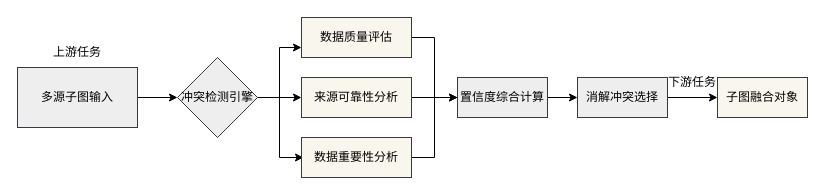
This is page "子图融合冲突检测融合" (9 of 14) of 态势感知体系图.drawio from paleblackless/diagrams, a draw.io file, before an edit. Source tidied: cells renumbered, new cells numbered last; positions are measured from the earlier drawing's top-left corner, leaving out a move shared by most shapes. Both pictures are drawn from the tidied source at 100%, with x=0, y=0 at pixel (17, 17).
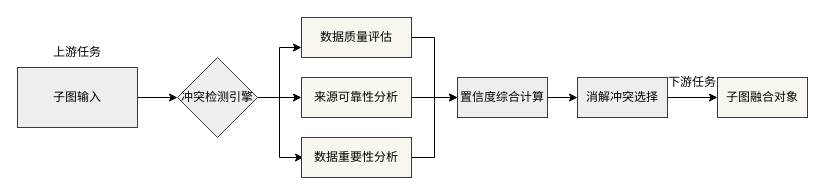
The same diagram, later.

Change to the diagram source:
```diff
@@
-    <mxCell id="3" value="多源子图输入" style="rounded=0;whiteSpace=wrap;html=1;fillColor=#eeeeee;strokeColor=#36393d;" parent="1" vertex="1">
+    <mxCell id="3" value="子图输入" style="rounded=0;whiteSpace=wrap;html=1;fillColor=#eeeeee;strokeColor=#36393d;" parent="1" vertex="1">
       <mxGeometry y="50" width="120" height="60" as="geometry" />
     </mxCell>
```
